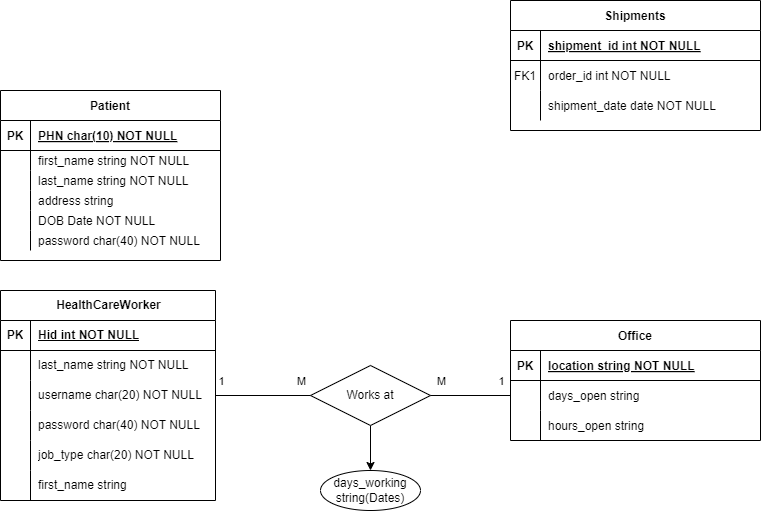
Earlier version of the draw.io export Milestone2/Diagrams/pngs/ERD.drawio.png (SENG-350-2024-fall/Team5). Source tidied: cells renumbered, new cells last; positions are measured from the earlier drawing's top-left corner, leaving out a move shared by most shapes.
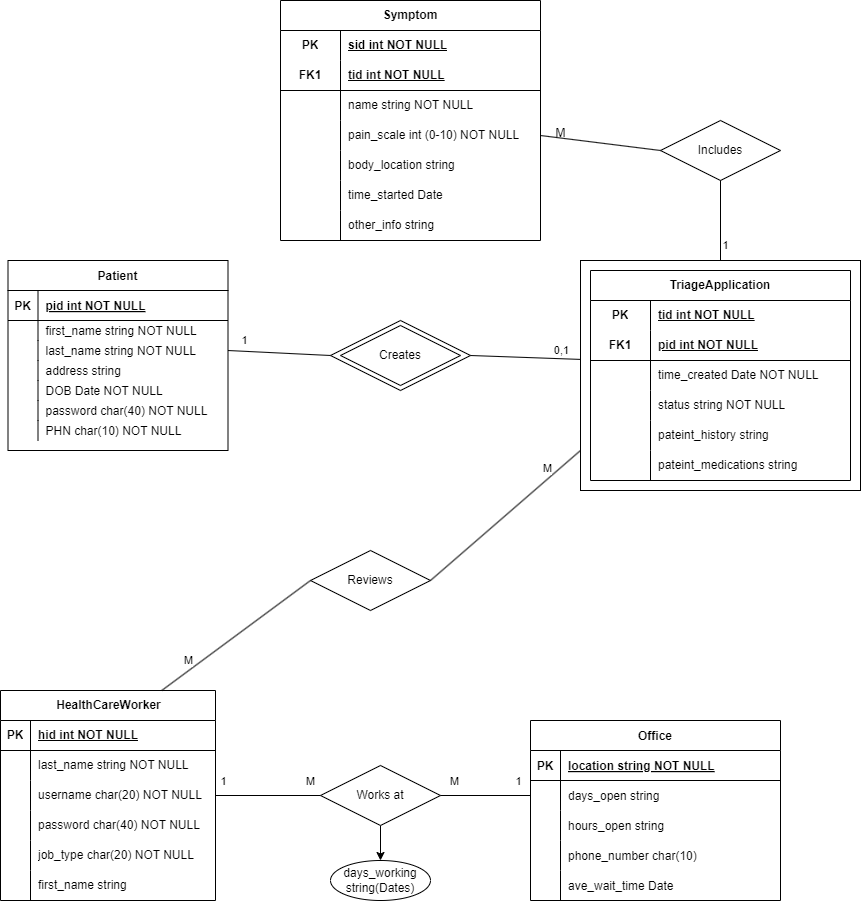
After the commit.

What changed in the source:
```diff
@@ -5,3 +5,3 @@
     <mxCell id="2" value="Office" style="shape=table;startSize=30;rowLines=0;fontStyle=1;align=center;" parent="1" vertex="1">
-      <mxGeometry x="510" y="320" width="250" height="120" as="geometry" />
+      <mxGeometry x="520" y="480" width="250" height="180" as="geometry" />
     </mxCell>
@@ -34,34 +34,22 @@
     </mxCell>
-    <mxCell id="12" value="Shipments" style="shape=table;startSize=30;rowLines=0;fontStyle=1;align=center;" parent="1" vertex="1">
-      <mxGeometry x="510" width="250" height="130" as="geometry" />
-    </mxCell>
-    <mxCell id="13" style="shape=partialRectangle;fillColor=none;top=0;left=0;right=0;bottom=1;" parent="12" vertex="1">
-      <mxGeometry y="30" width="250" height="30" as="geometry" />
-    </mxCell>
-    <mxCell id="14" value="PK" style="shape=partialRectangle;overflow=hidden;fillColor=none;top=0;left=0;bottom=0;right=0;fontStyle=1;" parent="13" vertex="1">
-      <mxGeometry width="30" height="30" as="geometry" />
-    </mxCell>
-    <mxCell id="15" value="shipment_id int NOT NULL " style="shape=partialRectangle;overflow=hidden;fillColor=none;top=0;left=0;bottom=0;right=0;align=left;spacingLeft=6;fontStyle=5;" parent="13" vertex="1">
-      <mxGeometry x="30" width="220" height="30" as="geometry" />
-    </mxCell>
-    <mxCell id="16" style="shape=partialRectangle;fillColor=none;top=0;left=0;right=0;bottom=0;" parent="12" vertex="1">
-      <mxGeometry y="60" width="250" height="30" as="geometry" />
-    </mxCell>
-    <mxCell id="17" value="FK1" style="shape=partialRectangle;overflow=hidden;fillColor=none;top=0;left=0;bottom=0;right=0;" parent="16" vertex="1">
-      <mxGeometry width="30" height="30" as="geometry" />
-    </mxCell>
-    <mxCell id="18" value="order_id int NOT NULL" style="shape=partialRectangle;overflow=hidden;fillColor=none;top=0;left=0;bottom=0;right=0;align=left;spacingLeft=6;" parent="16" vertex="1">
-      <mxGeometry x="30" width="220" height="30" as="geometry" />
-    </mxCell>
-    <mxCell id="19" style="shape=partialRectangle;fillColor=none;top=0;left=0;right=0;bottom=0;" parent="12" vertex="1">
-      <mxGeometry y="90" width="250" height="30" as="geometry" />
-    </mxCell>
-    <mxCell id="20" style="shape=partialRectangle;overflow=hidden;fillColor=none;top=0;left=0;bottom=0;right=0;" parent="19" vertex="1">
-      <mxGeometry width="30" height="30" as="geometry" />
-    </mxCell>
-    <mxCell id="21" value="shipment_date date NOT NULL" style="shape=partialRectangle;overflow=hidden;fillColor=none;top=0;left=0;bottom=0;right=0;align=left;spacingLeft=6;" parent="19" vertex="1">
-      <mxGeometry x="30" width="220" height="30" as="geometry" />
-    </mxCell>
+    <mxCell id="69" style="shape=partialRectangle;fillColor=none;top=0;left=0;right=0;bottom=0;" parent="2" vertex="1">
+      <mxGeometry y="120" width="250" height="30" as="geometry" />
+    </mxCell>
+    <mxCell id="70" style="shape=partialRectangle;overflow=hidden;fillColor=none;top=0;left=0;bottom=0;right=0;" parent="69" vertex="1">
+      <mxGeometry width="30" height="30" as="geometry" />
+    </mxCell>
+    <mxCell id="71" value="phone_number char(10)" style="shape=partialRectangle;overflow=hidden;fillColor=none;top=0;left=0;bottom=0;right=0;align=left;spacingLeft=6;" parent="69" vertex="1">
+      <mxGeometry x="30" width="220" height="30" as="geometry" />
+    </mxCell>
+    <mxCell id="72" style="shape=partialRectangle;fillColor=none;top=0;left=0;right=0;bottom=0;" parent="2" vertex="1">
+      <mxGeometry y="150" width="250" height="30" as="geometry" />
+    </mxCell>
+    <mxCell id="73" style="shape=partialRectangle;overflow=hidden;fillColor=none;top=0;left=0;bottom=0;right=0;" parent="72" vertex="1">
+      <mxGeometry width="30" height="30" as="geometry" />
+    </mxCell>
+    <mxCell id="74" value="ave_wait_time Date" style="shape=partialRectangle;overflow=hidden;fillColor=none;top=0;left=0;bottom=0;right=0;align=left;spacingLeft=6;" parent="72" vertex="1">
+      <mxGeometry x="30" width="220" height="30" as="geometry" />
+    </mxCell>
     <mxCell id="22" value="Patient" style="shape=table;startSize=30;rowLines=0;fontStyle=1;align=center;" parent="1" vertex="1">
-      <mxGeometry y="90" width="220" height="170" as="geometry" />
+      <mxGeometry x="-2.5" y="20" width="220" height="190" as="geometry" />
     </mxCell>
@@ -73,3 +61,3 @@
     </mxCell>
-    <mxCell id="25" value="PHN char(10) NOT NULL" style="shape=partialRectangle;overflow=hidden;fillColor=none;top=0;left=0;bottom=0;right=0;align=left;spacingLeft=6;fontStyle=5;" parent="23" vertex="1">
+    <mxCell id="25" value="pid int NOT NULL" style="shape=partialRectangle;overflow=hidden;fillColor=none;top=0;left=0;bottom=0;right=0;align=left;spacingLeft=6;fontStyle=5;" parent="23" vertex="1">
       <mxGeometry x="30" width="190" height="30" as="geometry" />
@@ -121,4 +109,13 @@
     </mxCell>
+    <mxCell id="75" style="shape=partialRectangle;fillColor=none;top=0;left=0;right=0;bottom=0;" parent="22" vertex="1">
+      <mxGeometry y="160" width="220" height="20" as="geometry" />
+    </mxCell>
+    <mxCell id="76" style="shape=partialRectangle;overflow=hidden;fillColor=none;top=0;left=0;bottom=0;right=0;" parent="75" vertex="1">
+      <mxGeometry width="30" height="20" as="geometry" />
+    </mxCell>
+    <mxCell id="77" value="PHN char(10) NOT NULL" style="shape=partialRectangle;overflow=hidden;fillColor=none;top=0;left=0;bottom=0;right=0;align=left;spacingLeft=6;fontStyle=0;" parent="75" vertex="1">
+      <mxGeometry x="30" width="190" height="20" as="geometry" />
+    </mxCell>
     <mxCell id="41" value="HealthCareWorker" style="shape=table;startSize=30;rowLines=0;fontStyle=1;align=center;html=1;" parent="1" vertex="1">
-      <mxGeometry y="290" width="215" height="210" as="geometry" />
+      <mxGeometry x="-10" y="450" width="215" height="210" as="geometry" />
     </mxCell>
@@ -130,3 +127,3 @@
     </mxCell>
-    <mxCell id="44" value="Hid int NOT NULL" style="shape=partialRectangle;fillColor=none;top=0;left=0;bottom=0;right=0;align=left;spacingLeft=6;fontStyle=5;overflow=hidden;whiteSpace=wrap;html=1;" parent="42" vertex="1">
+    <mxCell id="44" value="hid int NOT NULL" style="shape=partialRectangle;fillColor=none;top=0;left=0;bottom=0;right=0;align=left;spacingLeft=6;fontStyle=5;overflow=hidden;whiteSpace=wrap;html=1;" parent="42" vertex="1">
       <mxGeometry x="30" width="185" height="30" as="geometry" />
@@ -182,6 +179,6 @@
     <mxCell id="61" value="Works at" style="shape=rhombus;perimeter=rhombusPerimeter;whiteSpace=wrap;html=1;align=center;" parent="1" vertex="1">
-      <mxGeometry x="310" y="365" width="120" height="60" as="geometry" />
+      <mxGeometry x="310" y="525" width="120" height="60" as="geometry" />
     </mxCell>
     <mxCell id="62" value="days_working string(Dates)" style="ellipse;whiteSpace=wrap;html=1;align=center;" parent="1" vertex="1">
-      <mxGeometry x="320" y="470" width="100" height="40" as="geometry" />
+      <mxGeometry x="320" y="620" width="100" height="40" as="geometry" />
     </mxCell>
@@ -213,2 +210,190 @@
     </mxCell>
+    <mxCell id="78" style="group;" parent="1" vertex="1">
+      <mxGeometry x="320" y="80" width="140" height="70" as="geometry" />
+    </mxCell>
+    <mxCell id="79" style="shape=rhombus;perimeter=rhombusPerimeter;whiteSpace=wrap;html=1;align=center;" parent="78" vertex="1">
+      <mxGeometry width="140" height="70" as="geometry" />
+    </mxCell>
+    <mxCell id="80" value="Creates" style="shape=rhombus;perimeter=rhombusPerimeter;whiteSpace=wrap;html=1;align=center;" parent="78" vertex="1">
+      <mxGeometry x="10" y="5" width="120" height="60" as="geometry" />
+    </mxCell>
+    <mxCell id="81" style="endArrow=none;html=1;rounded=0;exitX=1;exitY=0.5;exitDx=0;exitDy=0;entryX=0;entryY=0.5;entryDx=0;entryDy=0;" parent="1" edge="1" source="29" target="79">
+      <mxGeometry relative="1" as="geometry" />
+    </mxCell>
+    <mxCell id="82" value="1" style="edgeLabel;html=1;align=center;verticalAlign=middle;" parent="81" vertex="1">
+      <mxGeometry x="-0.69" y="-1" relative="1" as="geometry">
+        <mxPoint y="-12" as="offset" />
+      </mxGeometry>
+    </mxCell>
+    <mxCell id="83" value="0,1" style="edgeLabel;html=1;align=center;verticalAlign=middle;" parent="81" vertex="1">
+      <mxGeometry x="-0.69" y="-1" relative="1" as="geometry">
+        <mxPoint x="317" y="-2" as="offset" />
+      </mxGeometry>
+    </mxCell>
+    <mxCell id="84" style="endArrow=none;html=1;rounded=0;exitX=1;exitY=0.5;exitDx=0;exitDy=0;entryX=-0.001;entryY=0.43;entryDx=0;entryDy=0;entryPerimeter=0;" parent="1" edge="1" source="79" target="86">
+      <mxGeometry relative="1" as="geometry" />
+    </mxCell>
+    <mxCell id="85" style="group;" parent="1" vertex="1">
+      <mxGeometry x="570" y="20" width="280" height="230" as="geometry" />
+    </mxCell>
+    <mxCell id="86" style="whiteSpace=wrap;html=1;align=center;" parent="85" vertex="1">
+      <mxGeometry width="280" height="230" as="geometry" />
+    </mxCell>
+    <mxCell id="87" value="&lt;span style=&quot;text-wrap: nowrap;&quot;&gt;TriageApplication&lt;/span&gt;" style="shape=table;startSize=30;rowLines=0;fontStyle=1;align=center;html=1;whiteSpace=wrap;" parent="85" vertex="1">
+      <mxGeometry x="10" y="10" width="260" height="210" as="geometry" />
+    </mxCell>
+    <mxCell id="88" style="shape=tableRow;horizontal=0;startSize=0;swimlaneHead=0;swimlaneBody=0;fillColor=none;top=0;left=0;right=0;bottom=0;html=1;" parent="87" vertex="1">
+      <mxGeometry y="30" width="260" height="30" as="geometry" />
+    </mxCell>
+    <mxCell id="89" value="PK" style="shape=partialRectangle;fillColor=none;top=0;left=0;bottom=0;right=0;fontStyle=1;overflow=hidden;html=1;whiteSpace=wrap;" parent="88" vertex="1">
+      <mxGeometry width="60" height="30" as="geometry" />
+    </mxCell>
+    <mxCell id="90" value="tid int NOT NULL" style="shape=partialRectangle;fillColor=none;top=0;left=0;bottom=0;right=0;align=left;spacingLeft=6;fontStyle=5;overflow=hidden;html=1;whiteSpace=wrap;" parent="88" vertex="1">
+      <mxGeometry x="60" width="200" height="30" as="geometry" />
+    </mxCell>
+    <mxCell id="91" style="shape=tableRow;horizontal=0;startSize=0;swimlaneHead=0;swimlaneBody=0;fillColor=none;top=0;left=0;right=0;bottom=1;html=1;" parent="87" vertex="1">
+      <mxGeometry y="60" width="260" height="30" as="geometry" />
+    </mxCell>
+    <mxCell id="92" value="FK1" style="shape=partialRectangle;fillColor=none;top=0;left=0;bottom=0;right=0;fontStyle=1;overflow=hidden;html=1;whiteSpace=wrap;" parent="91" vertex="1">
+      <mxGeometry width="60" height="30" as="geometry" />
+    </mxCell>
+    <mxCell id="93" value="&lt;span style=&quot;text-wrap: nowrap;&quot;&gt;pid int NOT NULL&lt;/span&gt;" style="shape=partialRectangle;fillColor=none;top=0;left=0;bottom=0;right=0;align=left;spacingLeft=6;fontStyle=5;overflow=hidden;html=1;whiteSpace=wrap;" parent="91" vertex="1">
+      <mxGeometry x="60" width="200" height="30" as="geometry" />
+    </mxCell>
+    <mxCell id="94" style="shape=tableRow;horizontal=0;startSize=0;swimlaneHead=0;swimlaneBody=0;fillColor=none;top=0;left=0;right=0;bottom=0;html=1;" parent="87" vertex="1">
+      <mxGeometry y="90" width="260" height="30" as="geometry" />
+    </mxCell>
+    <mxCell id="95" style="shape=partialRectangle;fillColor=none;top=0;left=0;bottom=0;right=0;overflow=hidden;html=1;whiteSpace=wrap;" parent="94" vertex="1">
+      <mxGeometry width="60" height="30" as="geometry" />
+    </mxCell>
+    <mxCell id="96" value="&lt;span style=&quot;text-wrap: nowrap;&quot;&gt;time_created Date NOT NULL&lt;/span&gt;" style="shape=partialRectangle;fillColor=none;top=0;left=0;bottom=0;right=0;align=left;spacingLeft=6;overflow=hidden;html=1;whiteSpace=wrap;" parent="94" vertex="1">
+      <mxGeometry x="60" width="200" height="30" as="geometry" />
+    </mxCell>
+    <mxCell id="97" style="shape=tableRow;horizontal=0;startSize=0;swimlaneHead=0;swimlaneBody=0;fillColor=none;top=0;left=0;right=0;bottom=0;html=1;" parent="87" vertex="1">
+      <mxGeometry y="120" width="260" height="30" as="geometry" />
+    </mxCell>
+    <mxCell id="98" style="shape=partialRectangle;fillColor=none;top=0;left=0;bottom=0;right=0;overflow=hidden;html=1;whiteSpace=wrap;" parent="97" vertex="1">
+      <mxGeometry width="60" height="30" as="geometry" />
+    </mxCell>
+    <mxCell id="99" value="&lt;span style=&quot;text-wrap: nowrap;&quot;&gt;status string NOT NULL&lt;/span&gt;" style="shape=partialRectangle;fillColor=none;top=0;left=0;bottom=0;right=0;align=left;spacingLeft=6;overflow=hidden;html=1;whiteSpace=wrap;" parent="97" vertex="1">
+      <mxGeometry x="60" width="200" height="30" as="geometry" />
+    </mxCell>
+    <mxCell id="100" style="shape=tableRow;horizontal=0;startSize=0;swimlaneHead=0;swimlaneBody=0;fillColor=none;top=0;left=0;right=0;bottom=0;html=1;" parent="87" vertex="1">
+      <mxGeometry y="150" width="260" height="30" as="geometry" />
+    </mxCell>
+    <mxCell id="101" style="shape=partialRectangle;fillColor=none;top=0;left=0;bottom=0;right=0;overflow=hidden;html=1;whiteSpace=wrap;" parent="100" vertex="1">
+      <mxGeometry width="60" height="30" as="geometry" />
+    </mxCell>
+    <mxCell id="102" value="&lt;span style=&quot;text-wrap: nowrap;&quot;&gt;pateint_history string&amp;nbsp;&lt;/span&gt;" style="shape=partialRectangle;fillColor=none;top=0;left=0;bottom=0;right=0;align=left;spacingLeft=6;overflow=hidden;html=1;whiteSpace=wrap;" parent="100" vertex="1">
+      <mxGeometry x="60" width="200" height="30" as="geometry" />
+    </mxCell>
+    <mxCell id="103" style="shape=tableRow;horizontal=0;startSize=0;swimlaneHead=0;swimlaneBody=0;fillColor=none;top=0;left=0;right=0;bottom=0;html=1;" parent="87" vertex="1">
+      <mxGeometry y="180" width="260" height="30" as="geometry" />
+    </mxCell>
+    <mxCell id="104" style="shape=partialRectangle;fillColor=none;top=0;left=0;bottom=0;right=0;overflow=hidden;html=1;whiteSpace=wrap;" parent="103" vertex="1">
+      <mxGeometry width="60" height="30" as="geometry" />
+    </mxCell>
+    <mxCell id="105" value="&lt;span style=&quot;text-wrap: nowrap;&quot;&gt;pateint_medications string&amp;nbsp;&lt;/span&gt;" style="shape=partialRectangle;fillColor=none;top=0;left=0;bottom=0;right=0;align=left;spacingLeft=6;overflow=hidden;html=1;whiteSpace=wrap;" parent="103" vertex="1">
+      <mxGeometry x="60" width="200" height="30" as="geometry" />
+    </mxCell>
+    <mxCell id="106" value="Includes" style="shape=rhombus;perimeter=rhombusPerimeter;whiteSpace=wrap;html=1;align=center;" parent="1" vertex="1">
+      <mxGeometry x="650" y="-120" width="120" height="60" as="geometry" />
+    </mxCell>
+    <mxCell id="107" style="endArrow=none;html=1;rounded=0;exitX=0.5;exitY=1;exitDx=0;exitDy=0;entryX=0.5;entryY=0;entryDx=0;entryDy=0;" parent="1" edge="1" source="106" target="86">
+      <mxGeometry relative="1" as="geometry" />
+    </mxCell>
+    <mxCell id="108" value="1" style="edgeLabel;html=1;align=center;verticalAlign=middle;" parent="107" vertex="1">
+      <mxGeometry x="0.61" y="4" relative="1" as="geometry" />
+    </mxCell>
+    <mxCell id="109" value="Symptom" style="shape=table;startSize=30;rowLines=0;fontStyle=1;align=center;html=1;whiteSpace=wrap;" parent="1" vertex="1">
+      <mxGeometry x="270" y="-240" width="260" height="240" as="geometry" />
+    </mxCell>
+    <mxCell id="110" style="shape=tableRow;horizontal=0;startSize=0;swimlaneHead=0;swimlaneBody=0;fillColor=none;top=0;left=0;right=0;bottom=0;html=1;" parent="109" vertex="1">
+      <mxGeometry y="30" width="260" height="30" as="geometry" />
+    </mxCell>
+    <mxCell id="111" value="PK" style="shape=partialRectangle;fillColor=none;top=0;left=0;bottom=0;right=0;fontStyle=1;overflow=hidden;html=1;whiteSpace=wrap;" parent="110" vertex="1">
+      <mxGeometry width="60" height="30" as="geometry" />
+    </mxCell>
+    <mxCell id="112" value="sid int NOT NULL" style="shape=partialRectangle;fillColor=none;top=0;left=0;bottom=0;right=0;align=left;spacingLeft=6;fontStyle=5;overflow=hidden;html=1;whiteSpace=wrap;" parent="110" vertex="1">
+      <mxGeometry x="60" width="200" height="30" as="geometry" />
+    </mxCell>
+    <mxCell id="113" style="shape=tableRow;horizontal=0;startSize=0;swimlaneHead=0;swimlaneBody=0;fillColor=none;top=0;left=0;right=0;bottom=1;html=1;" parent="109" vertex="1">
+      <mxGeometry y="60" width="260" height="30" as="geometry" />
+    </mxCell>
+    <mxCell id="114" value="FK1" style="shape=partialRectangle;fillColor=none;top=0;left=0;bottom=0;right=0;fontStyle=1;overflow=hidden;html=1;whiteSpace=wrap;" parent="113" vertex="1">
+      <mxGeometry width="60" height="30" as="geometry" />
+    </mxCell>
+    <mxCell id="115" value="tid int NOT NULL" style="shape=partialRectangle;fillColor=none;top=0;left=0;bottom=0;right=0;align=left;spacingLeft=6;fontStyle=5;overflow=hidden;html=1;whiteSpace=wrap;" parent="113" vertex="1">
+      <mxGeometry x="60" width="200" height="30" as="geometry" />
+    </mxCell>
+    <mxCell id="116" style="shape=tableRow;horizontal=0;startSize=0;swimlaneHead=0;swimlaneBody=0;fillColor=none;top=0;left=0;right=0;bottom=0;html=1;" parent="109" vertex="1">
+      <mxGeometry y="90" width="260" height="30" as="geometry" />
+    </mxCell>
+    <mxCell id="117" style="shape=partialRectangle;fillColor=none;top=0;left=0;bottom=0;right=0;overflow=hidden;html=1;whiteSpace=wrap;" parent="116" vertex="1">
+      <mxGeometry width="60" height="30" as="geometry" />
+    </mxCell>
+    <mxCell id="118" value="name string NOT NULL" style="shape=partialRectangle;fillColor=none;top=0;left=0;bottom=0;right=0;align=left;spacingLeft=6;overflow=hidden;html=1;whiteSpace=wrap;" parent="116" vertex="1">
+      <mxGeometry x="60" width="200" height="30" as="geometry" />
+    </mxCell>
+    <mxCell id="119" style="shape=tableRow;horizontal=0;startSize=0;swimlaneHead=0;swimlaneBody=0;fillColor=none;points=[[0,0.5],[1,0.5]];portConstraint=eastwest;top=0;left=0;right=0;bottom=0;html=1;" parent="109" vertex="1">
+      <mxGeometry y="120" width="260" height="30" as="geometry" />
+    </mxCell>
+    <mxCell id="120" style="shape=partialRectangle;fillColor=none;top=0;left=0;bottom=0;right=0;overflow=hidden;html=1;whiteSpace=wrap;" parent="119" vertex="1">
+      <mxGeometry width="60" height="30" as="geometry" />
+    </mxCell>
+    <mxCell id="121" value="pain_scale int (0-10) NOT NULL" style="shape=partialRectangle;fillColor=none;top=0;left=0;bottom=0;right=0;align=left;spacingLeft=6;overflow=hidden;html=1;whiteSpace=wrap;" parent="119" vertex="1">
+      <mxGeometry x="60" width="200" height="30" as="geometry" />
+    </mxCell>
+    <mxCell id="122" style="shape=tableRow;horizontal=0;startSize=0;swimlaneHead=0;swimlaneBody=0;fillColor=none;top=0;left=0;right=0;bottom=0;html=1;" parent="109" vertex="1">
+      <mxGeometry y="150" width="260" height="30" as="geometry" />
+    </mxCell>
+    <mxCell id="123" style="shape=partialRectangle;fillColor=none;top=0;left=0;bottom=0;right=0;overflow=hidden;html=1;whiteSpace=wrap;" parent="122" vertex="1">
+      <mxGeometry width="60" height="30" as="geometry" />
+    </mxCell>
+    <mxCell id="124" value="body_location string&amp;nbsp;" style="shape=partialRectangle;fillColor=none;top=0;left=0;bottom=0;right=0;align=left;spacingLeft=6;overflow=hidden;html=1;whiteSpace=wrap;" parent="122" vertex="1">
+      <mxGeometry x="60" width="200" height="30" as="geometry" />
+    </mxCell>
+    <mxCell id="125" style="shape=tableRow;horizontal=0;startSize=0;swimlaneHead=0;swimlaneBody=0;fillColor=none;top=0;left=0;right=0;bottom=0;html=1;" parent="109" vertex="1">
+      <mxGeometry y="180" width="260" height="30" as="geometry" />
+    </mxCell>
+    <mxCell id="126" style="shape=partialRectangle;fillColor=none;top=0;left=0;bottom=0;right=0;overflow=hidden;html=1;whiteSpace=wrap;" parent="125" vertex="1">
+      <mxGeometry width="60" height="30" as="geometry" />
+    </mxCell>
+    <mxCell id="127" value="time_started Date" style="shape=partialRectangle;fillColor=none;top=0;left=0;bottom=0;right=0;align=left;spacingLeft=6;overflow=hidden;html=1;whiteSpace=wrap;" parent="125" vertex="1">
+      <mxGeometry x="60" width="200" height="30" as="geometry" />
+    </mxCell>
+    <mxCell id="128" style="shape=tableRow;horizontal=0;startSize=0;swimlaneHead=0;swimlaneBody=0;fillColor=none;top=0;left=0;right=0;bottom=0;html=1;" parent="109" vertex="1">
+      <mxGeometry y="210" width="260" height="30" as="geometry" />
+    </mxCell>
+    <mxCell id="129" style="shape=partialRectangle;fillColor=none;top=0;left=0;bottom=0;right=0;overflow=hidden;html=1;whiteSpace=wrap;" parent="128" vertex="1">
+      <mxGeometry width="60" height="30" as="geometry" />
+    </mxCell>
+    <mxCell id="130" value="other_info string" style="shape=partialRectangle;fillColor=none;top=0;left=0;bottom=0;right=0;align=left;spacingLeft=6;overflow=hidden;html=1;whiteSpace=wrap;" parent="128" vertex="1">
+      <mxGeometry x="60" width="200" height="30" as="geometry" />
+    </mxCell>
+    <mxCell id="131" style="endArrow=none;html=1;rounded=0;exitX=1;exitY=0.5;exitDx=0;exitDy=0;entryX=0;entryY=0.5;entryDx=0;entryDy=0;" parent="1" edge="1" source="119" target="106">
+      <mxGeometry relative="1" as="geometry" />
+    </mxCell>
+    <mxCell id="132" value="M" style="text;html=1;align=center;verticalAlign=middle;strokeColor=none;fillColor=none;" parent="1" vertex="1">
+      <mxGeometry x="535" y="-122" width="30" height="30" as="geometry" />
+    </mxCell>
+    <mxCell id="133" value="Reviews" style="shape=rhombus;perimeter=rhombusPerimeter;whiteSpace=wrap;html=1;align=center;" parent="1" vertex="1">
+      <mxGeometry x="300" y="310" width="120" height="60" as="geometry" />
+    </mxCell>
+    <mxCell id="134" style="endArrow=none;html=1;rounded=0;exitX=0.75;exitY=0;exitDx=0;exitDy=0;entryX=0;entryY=0.5;entryDx=0;entryDy=0;" parent="1" edge="1" source="41" target="133">
+      <mxGeometry relative="1" as="geometry" />
+    </mxCell>
+    <mxCell id="135" value="M" style="edgeLabel;html=1;align=center;verticalAlign=middle;" parent="134" vertex="1">
+      <mxGeometry x="-0.58" y="-3" relative="1" as="geometry">
+        <mxPoint x="-6" y="-10" as="offset" />
+      </mxGeometry>
+    </mxCell>
+    <mxCell id="136" style="endArrow=none;html=1;rounded=0;exitX=1;exitY=0.5;exitDx=0;exitDy=0;entryX=0;entryY=0.826;entryDx=0;entryDy=0;entryPerimeter=0;" parent="1" edge="1" source="133" target="86">
+      <mxGeometry relative="1" as="geometry" />
+    </mxCell>
+    <mxCell id="137" value="M" style="edgeLabel;html=1;align=center;verticalAlign=middle;" parent="136" vertex="1">
+      <mxGeometry x="0.63" y="2" relative="1" as="geometry">
+        <mxPoint x="-5" y="-5" as="offset" />
+      </mxGeometry>
+    </mxCell>
   </root>
```
